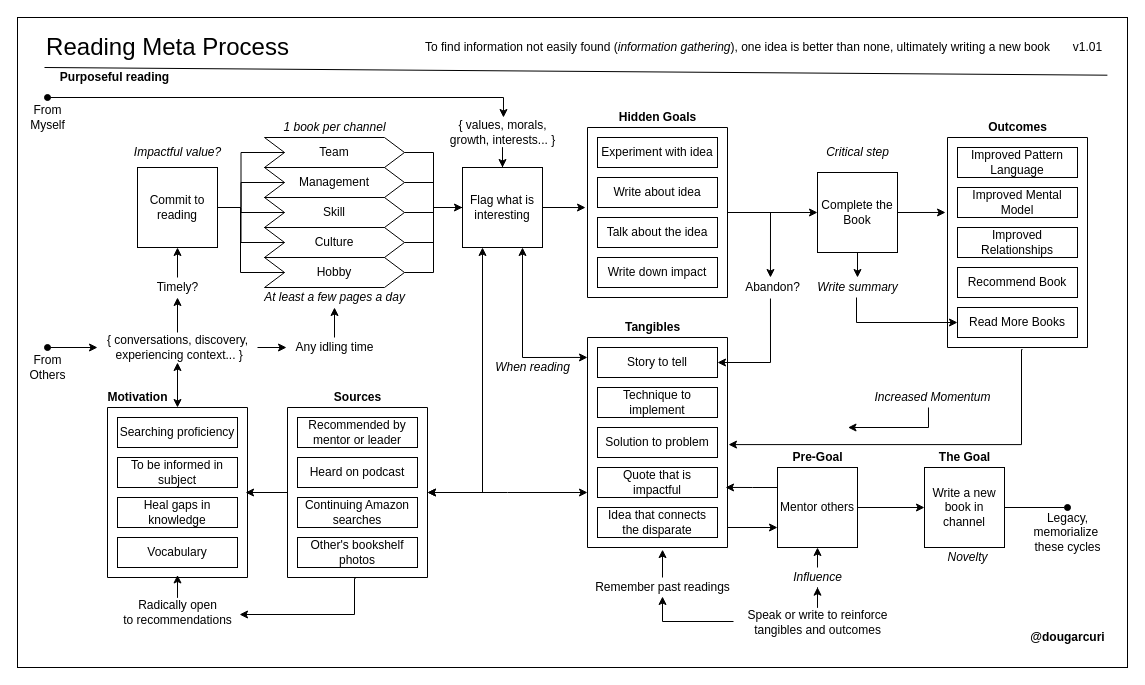
Earlier version of the draw.io diagram books/diagrams/reading-process.drawio (solidi/learning-notes). Source tidied: cells renumbered, new cells numbered last; positions are measured from the earlier drawing's top-left corner, leaving out a move shared by most shapes. Both pictures are drawn from the tidied source at 100%, with x=0, y=0 at pixel (17, 17).
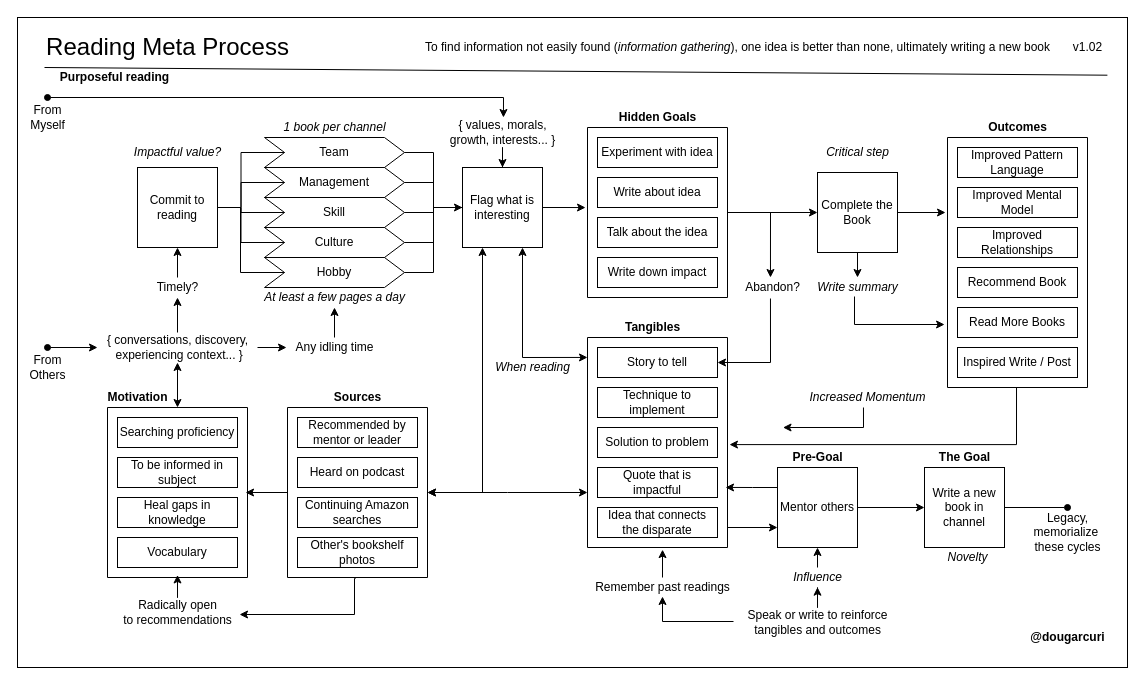
Above is the later version.

Commit message (it also covers changes not shown here):
Add Inspired write / post in reading diagram

Unchanged cells that the change refers to:
```xml
<mxCell id="9" style="verticalLabelPosition=bottom;verticalAlign=top;html=1;shape=mxgraph.basic.rect;fillColor2=none;strokeWidth=1;size=20;indent=5;fillColor=none;" parent="1" vertex="1">
  <mxGeometry x="570" y="320" width="140" height="210" as="geometry" />
</mxCell>
<mxCell id="38" value="Read More Books" style="rounded=0;whiteSpace=wrap;html=1;" parent="1" vertex="1">
  <mxGeometry x="940" y="290" width="120" height="30" as="geometry" />
</mxCell>
<mxCell id="41" value="Complete the Book" style="whiteSpace=wrap;html=1;" parent="1" vertex="1">
  <mxGeometry x="800" y="155" width="80" height="80" as="geometry" />
</mxCell>
<mxCell id="99" value="&lt;i&gt;Write summary&lt;/i&gt;" style="text;html=1;align=center;verticalAlign=middle;points=[];" parent="1" vertex="1">
  <mxGeometry x="790" y="260" width="100" height="20" as="geometry" />
</mxCell>
```

Change to the diagram source:
```diff
@@
-    <mxCell id="6" style="edgeStyle=orthogonalEdgeStyle;rounded=0;jettySize=auto;html=1;entryX=1.007;entryY=0.51;entryDx=0;entryDy=0;entryPerimeter=0;startArrow=none;startFill=0;endArrow=classic;endFill=1;exitX=0.536;exitY=1.01;exitDx=0;exitDy=0;exitPerimeter=0;" parent="1" edge="1" source="7" target="9">
-      <mxGeometry relative="1" as="geometry">
-        <Array as="points">
-          <mxPoint x="1004" y="332" />
-          <mxPoint x="1004" y="427" />
-        </Array>
-      </mxGeometry>
+    <mxCell id="6" style="edgeStyle=orthogonalEdgeStyle;rounded=0;jettySize=auto;html=1;entryX=1.014;entryY=0.51;entryDx=0;entryDy=0;entryPerimeter=0;startArrow=none;startFill=0;endArrow=classic;endFill=1;exitX=0.493;exitY=1;exitDx=0;exitDy=0;exitPerimeter=0;" parent="1" edge="1" source="7" target="9">
+      <mxGeometry relative="1" as="geometry" />
     </mxCell>
     <mxCell id="7" style="verticalLabelPosition=bottom;verticalAlign=top;html=1;shape=mxgraph.basic.rect;fillColor2=none;strokeWidth=1;size=20;indent=5;fillColor=none;" parent="1" vertex="1">
-      <mxGeometry x="930" y="120" width="140" height="210" as="geometry" />
+      <mxGeometry x="930" y="120" width="140" height="250" as="geometry" />
     </mxCell>
@@
-    <mxCell id="25" value="v1.01" style="text;html=1;align=center;verticalAlign=middle;" parent="1" vertex="1">
+    <mxCell id="25" value="v1.02" style="text;html=1;align=center;verticalAlign=middle;" parent="1" vertex="1">
       <mxGeometry x="1050" y="20" width="40" height="20" as="geometry" />
     </mxCell>
@@
-    <mxCell id="40" style="edgeStyle=orthogonalEdgeStyle;rounded=0;jettySize=auto;html=1;exitX=1;exitY=0.5;exitDx=0;exitDy=0;entryX=-0.014;entryY=0.357;entryDx=0;entryDy=0;entryPerimeter=0;startArrow=none;startFill=0;endArrow=classic;endFill=1;" parent="1" edge="1" source="41" target="7">
+    <mxCell id="40" style="edgeStyle=orthogonalEdgeStyle;rounded=0;jettySize=auto;html=1;exitX=1;exitY=0.5;exitDx=0;exitDy=0;entryX=-0.014;entryY=0.3;entryDx=0;entryDy=0;entryPerimeter=0;startArrow=none;startFill=0;endArrow=classic;endFill=1;" parent="1" edge="1" source="41" target="7">
       <mxGeometry relative="1" as="geometry" />
     </mxCell>
@@
     <mxCell id="88" style="edgeStyle=orthogonalEdgeStyle;rounded=0;jettySize=auto;html=1;startArrow=none;startFill=0;endArrow=classic;endFill=1;exitX=0.469;exitY=1;exitDx=0;exitDy=0;exitPerimeter=0;" parent="1" edge="1" source="89">
       <mxGeometry relative="1" as="geometry">
-        <mxPoint x="830" y="410" as="targetPoint" />
+        <mxPoint x="765" y="410" as="targetPoint" />
       </mxGeometry>
     </mxCell>
     <mxCell id="89" value="&lt;i&gt;Increased Momentum&lt;/i&gt;" style="text;html=1;align=center;verticalAlign=middle;points=[];" parent="1" vertex="1">
-      <mxGeometry x="850" y="370" width="130" height="20" as="geometry" />
+      <mxGeometry x="785" y="370" width="130" height="20" as="geometry" />
     </mxCell>
@@
-    <mxCell id="98" style="edgeStyle=orthogonalEdgeStyle;rounded=0;jettySize=auto;html=1;entryX=0;entryY=0.5;entryDx=0;entryDy=0;startArrow=none;startFill=0;endArrow=classic;endFill=1;exitX=0.49;exitY=1;exitDx=0;exitDy=0;exitPerimeter=0;" parent="1" edge="1" source="99" target="38">
-      <mxGeometry relative="1" as="geometry" />
-    </mxCell>
+    <mxCell id="114" style="edgeStyle=orthogonalEdgeStyle;rounded=0;jettySize=auto;html=1;entryX=-0.021;entryY=0.748;entryDx=0;entryDy=0;entryPerimeter=0;startArrow=none;startFill=0;endArrow=classic;endFill=1;exitX=0.47;exitY=0.95;exitDx=0;exitDy=0;exitPerimeter=0;" parent="1" edge="1" source="99" target="7">
+      <mxGeometry relative="1" as="geometry">
+        <Array as="points">
+          <mxPoint x="837" y="307" />
+        </Array>
+      </mxGeometry>
+    </mxCell>
@@
+    <mxCell id="115" value="Inspired Write / Post" style="rounded=0;whiteSpace=wrap;html=1;" parent="1" vertex="1">
+      <mxGeometry x="940" y="330" width="120" height="30" as="geometry" />
+    </mxCell>
```
